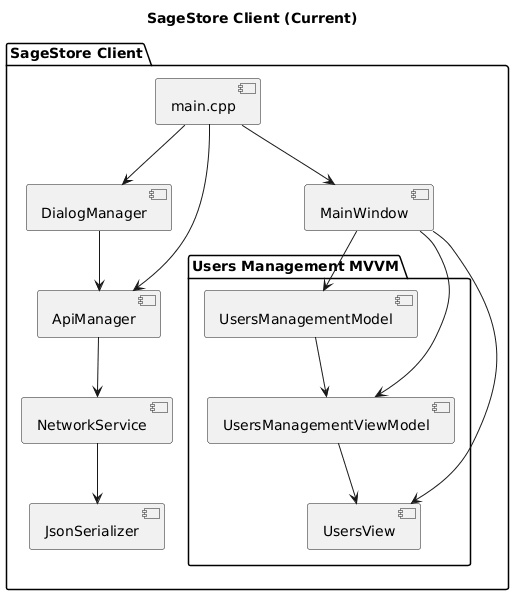
Sage-Cat/SageStore keeps this PlantUML diagram as docs/client/Client_Design.png. Above is the earlier version.
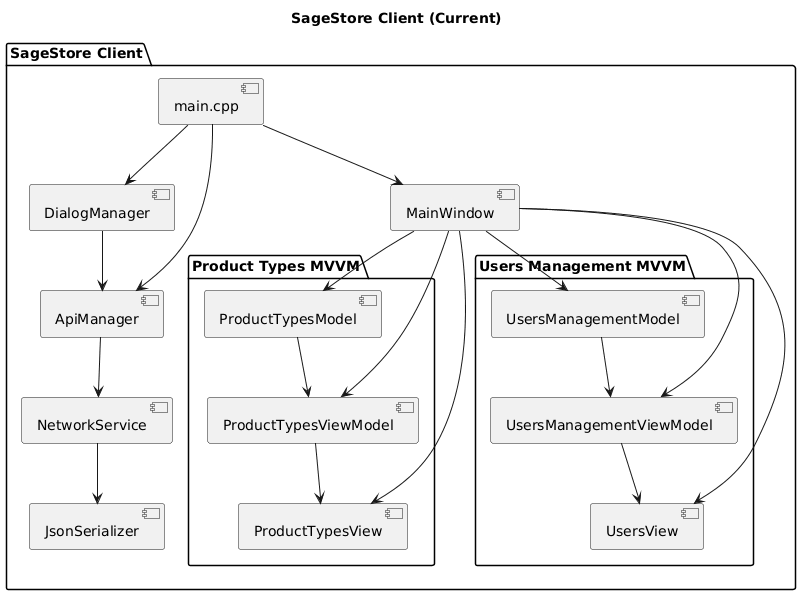
The same file after the commit.

What changed in the source:
```diff
@@ -7,6 +7,15 @@
     [main.cpp] as MAIN
     [DialogManager] as DM
     [MainWindow] as MW
+
+    package "Product Types MVVM" {
+        [ProductTypesModel] as PTM
+        [ProductTypesViewModel] as PTVM
+        [ProductTypesView] as PTV
+
+        PTM --> PTVM
+        PTVM --> PTV
+    }
 
     package "Users Management MVVM" {
         [UsersManagementModel] as UMM
@@ -27,6 +36,9 @@
     API --> NET
     NET --> JSON
 
+    MW --> PTM
+    MW --> PTVM
+    MW --> PTV
     MW --> UMM
     MW --> UMVM
     MW --> UV
```
